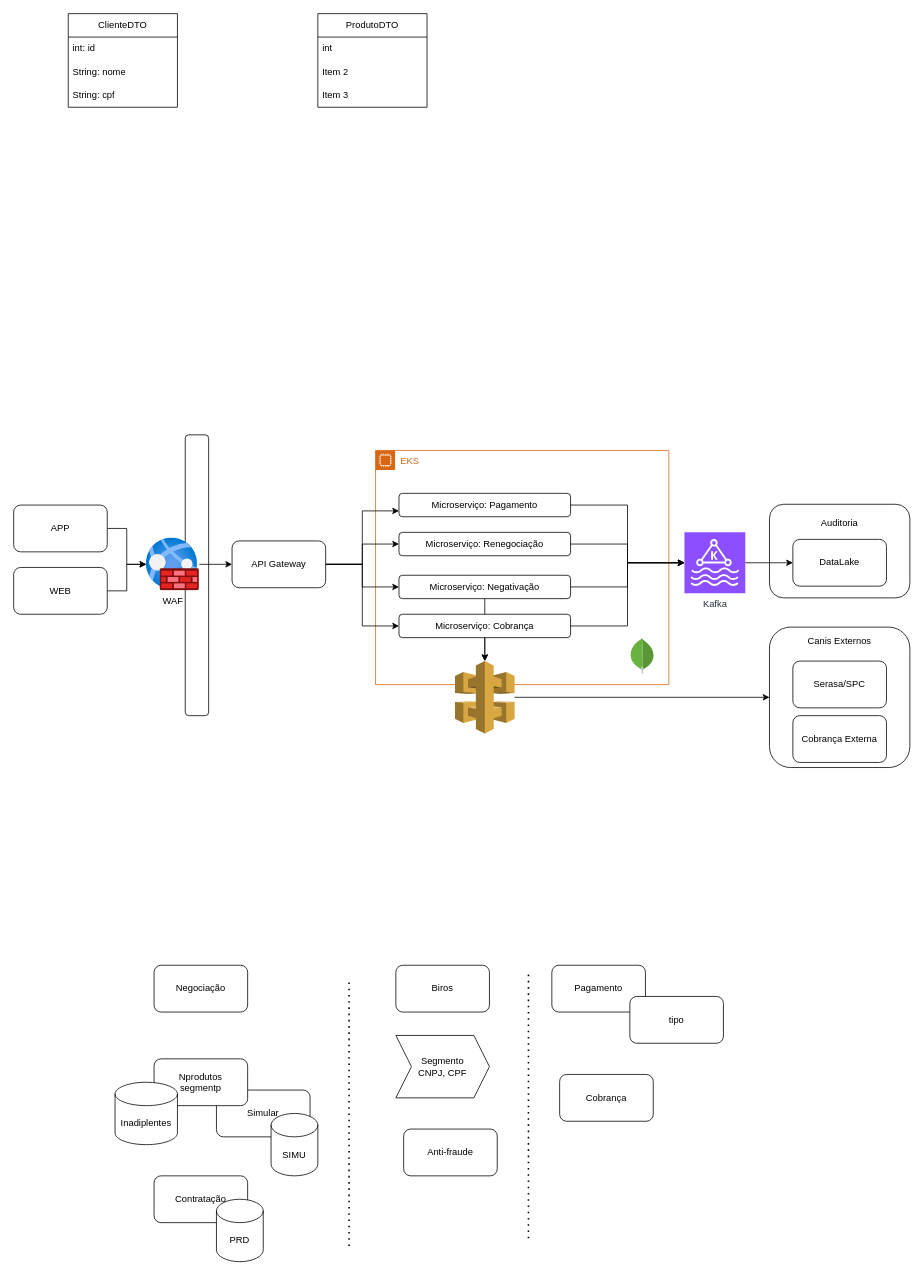
Before: itau.drawio in andersoncsprime/entrevista, a draw.io diagram. Source tidied: cells renumbered, new cells numbered last; positions are measured from the earlier drawing's top-left corner, leaving out a move shared by most shapes. Both pictures are drawn from the tidied source at 78%, with x=0, y=0 at pixel (13, 13). Pictures stored in the file or linked from it are replaced by grey dashed boxes.
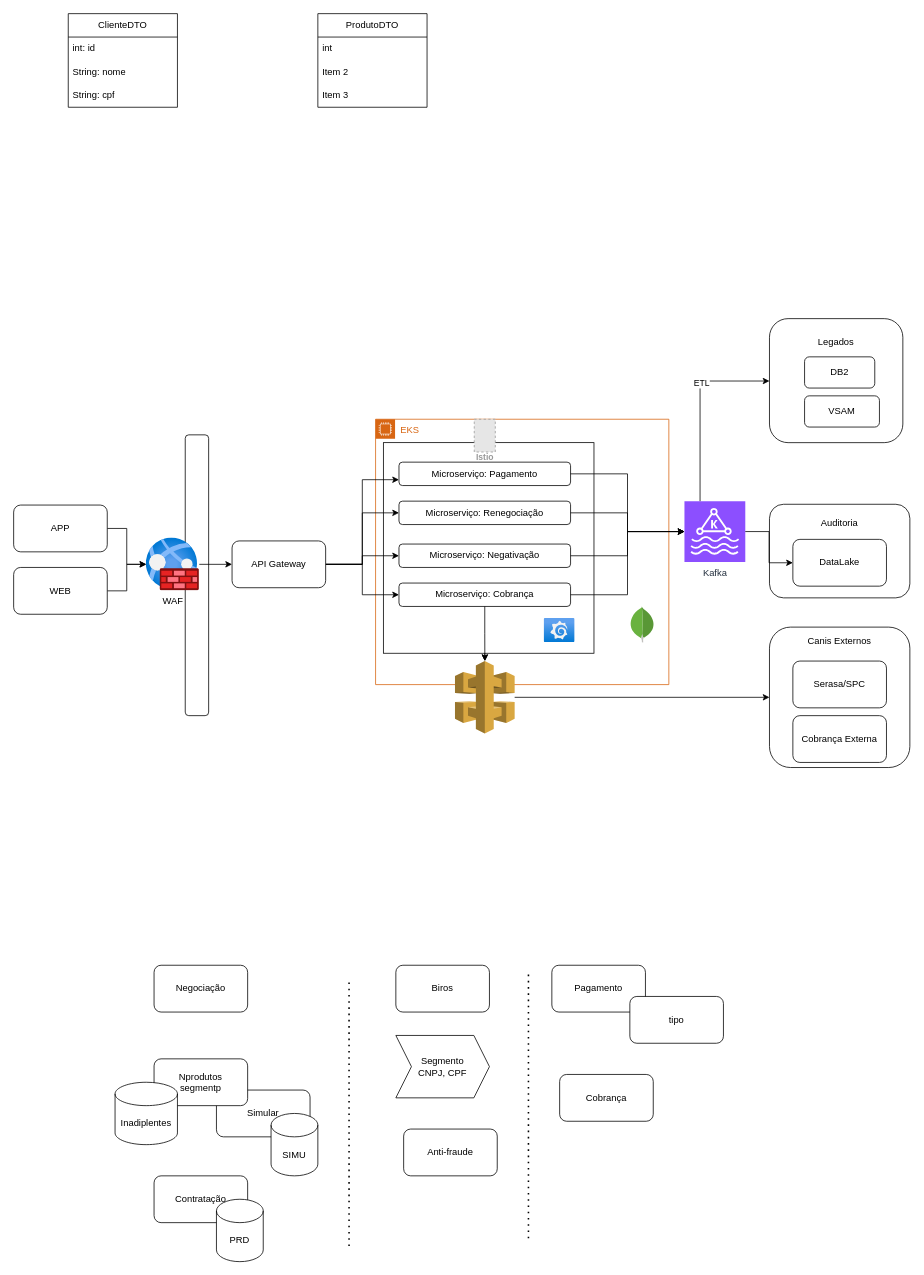
Above is the later version.

Unchanged cells that the change refers to:
```xml
<mxCell id="9" value="Kafka" style="sketch=0;points=[[0,0,0],[0.25,0,0],[0.5,0,0],[0.75,0,0],[1,0,0],[0,1,0],[0.25,1,0],[0.5,1,0],[0.75,1,0],[1,1,0],[0,0.25,0],[0,0.5,0],[0,0.75,0],[1,0.25,0],[1,0.5,0],[1,0.75,0]];outlineConnect=0;fontColor=#232F3E;fillColor=#8C4FFF;strokeColor=#ffffff;dashed=0;verticalLabelPosition=bottom;verticalAlign=top;align=center;html=1;fontSize=12;fontStyle=0;shape=mxgraph.aws4.resourceIcon;resIcon=mxgraph.aws4.managed_streaming_for_kafka;" parent="4" vertex="1">
  <mxGeometry x="396" y="105" width="78" height="78" as="geometry" />
</mxCell>
```

Change to the diagram source:
```diff
@@
     <mxCell id="4" value="EKS&amp;nbsp;" style="gradientColor=none;html=1;whiteSpace=wrap;fontSize=12;fontStyle=0;shape=mxgraph.aws4.group;grIcon=mxgraph.aws4.group_ec2_instance_contents;strokeColor=#D86613;fillColor=none;verticalAlign=top;align=left;spacingLeft=30;fontColor=#D86613;dashed=0;" parent="1" vertex="1">
-      <mxGeometry x="464" y="560" width="376" height="300.2" as="geometry" />
+      <mxGeometry x="464" y="520" width="376" height="340.2" as="geometry" />
     </mxCell>
+    <mxCell id="58" style="whiteSpace=wrap;html=1;" parent="4" vertex="1">
+      <mxGeometry x="10" y="30" width="270" height="270" as="geometry" />
+    </mxCell>
@@
+    <mxCell id="59" value="Istio" style="fillColor=#E6E6E6;strokeColor=#999999;dashed=1;html=1;verticalAlign=top;labelPosition=center;verticalLabelPosition=bottom;align=center;spacingTop=-6;fontSize=11;fontStyle=1;fontColor=#999999;" parent="4" vertex="1">
+      <mxGeometry x="126.5" width="27" height="42" as="geometry" />
+    </mxCell>
+    <mxCell id="60" style="image;html=1;align=center;fontSize=12;image=img/lib/azure2/other/Grafana.svg;" parent="4" vertex="1">
+      <mxGeometry x="216" y="255.4" width="39.7" height="30.8" as="geometry" />
+    </mxCell>
@@
+    <mxCell id="61" value="Legados&lt;br&gt;&lt;br&gt;&lt;br&gt;&lt;br&gt;&lt;br&gt;&lt;br&gt;&lt;br&gt;&lt;br&gt;" style="rounded=1;whiteSpace=wrap;html=1;" parent="1" vertex="1">
+      <mxGeometry x="969" y="391" width="171" height="159" as="geometry" />
+    </mxCell>
+    <mxCell id="62" value="DB2" style="rounded=1;whiteSpace=wrap;html=1;" parent="1" vertex="1">
+      <mxGeometry x="1014" y="440" width="90" height="40" as="geometry" />
+    </mxCell>
+    <mxCell id="63" value="VSAM" style="rounded=1;whiteSpace=wrap;html=1;" parent="1" vertex="1">
+      <mxGeometry x="1014" y="490" width="96" height="40" as="geometry" />
+    </mxCell>
+    <mxCell id="64" style="edgeStyle=orthogonalEdgeStyle;rounded=0;jettySize=auto;html=1;" parent="1" edge="1" source="9" target="61">
+      <mxGeometry relative="1" as="geometry">
+        <Array as="points">
+          <mxPoint x="880" y="471" />
+        </Array>
+      </mxGeometry>
+    </mxCell>
+    <mxCell id="65" value="ETL" style="edgeLabel;html=1;align=center;verticalAlign=middle;" parent="64" vertex="1">
+      <mxGeometry x="0.25" y="-1" relative="1" as="geometry" />
+    </mxCell>
```
